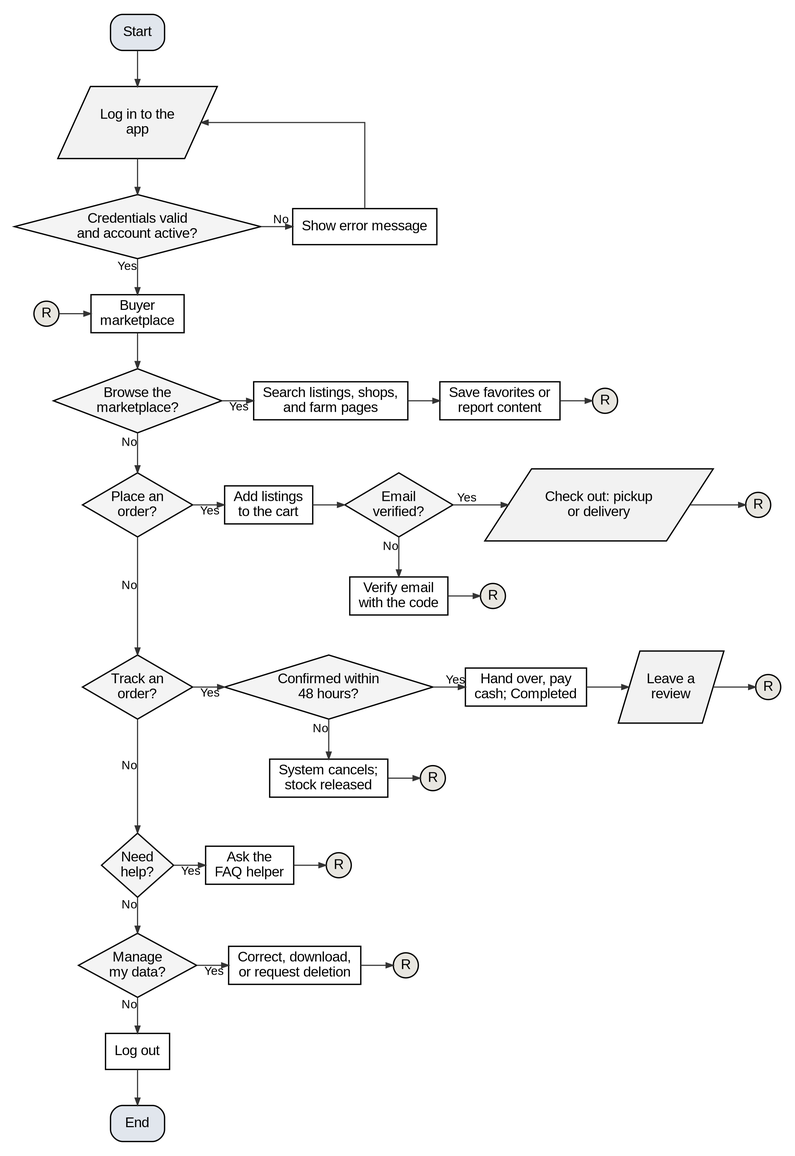
The Graphviz diagram docs/manuscript/figures/fig5e_flow_buyer.png in shawncastaneda11-commits/anihow-backend, before a commit. Its source is kept beside it as docs/manuscript/figures/src/fig5e_flow_buyer.dot.
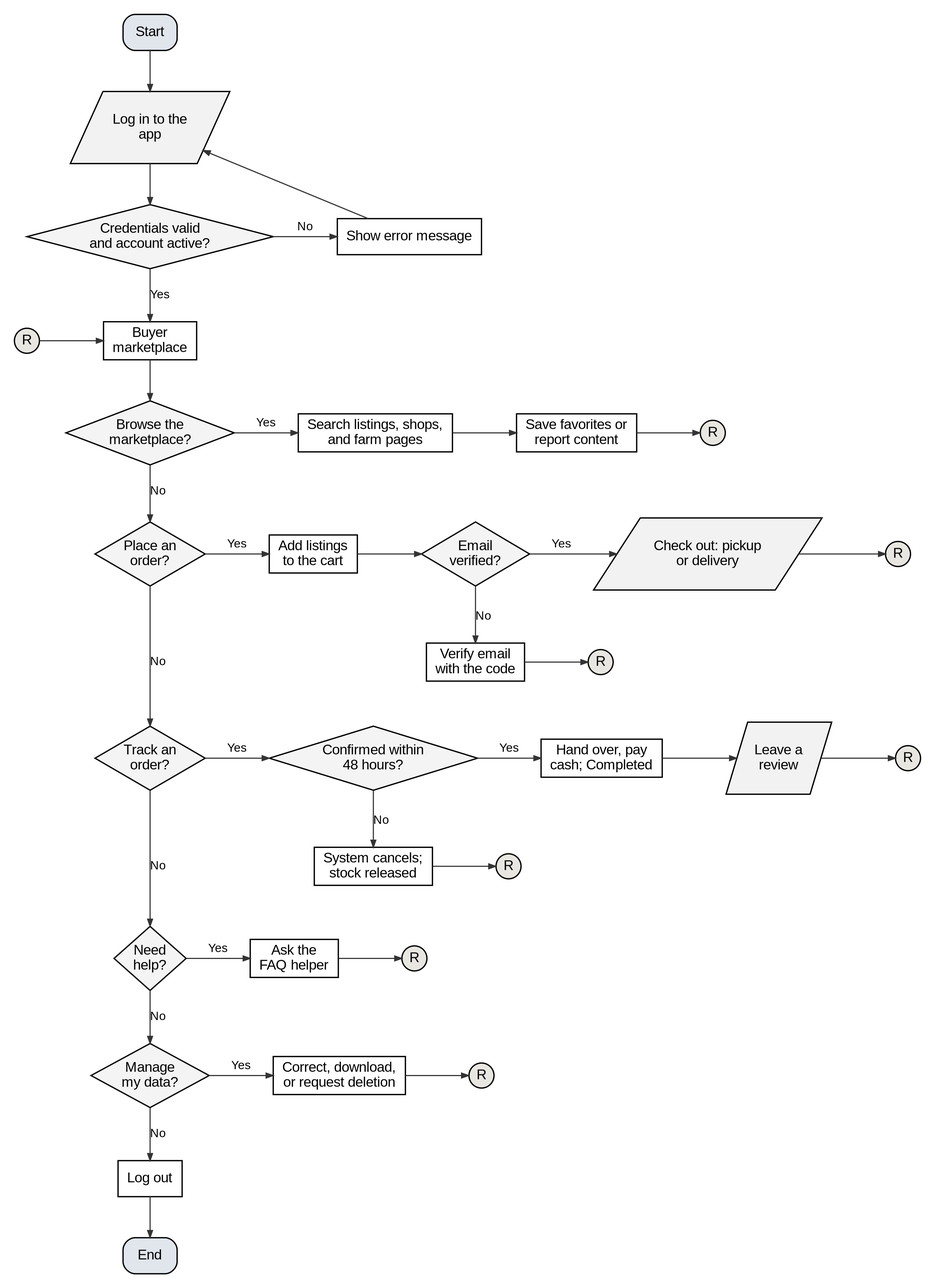
Later version of the same file.

The edit, as a diff of the source:
```diff
@@ -1,5 +1,5 @@
 digraph G {
-  graph [rankdir=TB, nodesep=0.45, ranksep=0.5, pad=0.2, fontname="Liberation Sans", newrank=true, splines=ortho];
+  graph [rankdir=TB, nodesep=0.45, ranksep=0.55, pad=0.2, fontname="Liberation Sans", newrank=true, splines=polyline];
   node  [fontname="Liberation Sans", fontsize=14, penwidth=1.3, style=filled, fillcolor="#FFFFFF", margin="0.12,0.06"];
   edge  [penwidth=1.1, arrowsize=0.7, color="#333333", fontname="Liberation Sans", fontsize=12];
   s [shape=box, style="rounded,filled", fillcolor="#E1E6ED", label="Start"];
@@ -12,68 +12,68 @@
   end [shape=box, style="rounded,filled", fillcolor="#E1E6ED", label="End"];
   s -> li;
   li -> ok;
-  ok -> err [xlabel="No"];
+  ok -> err [label="No"];
   err -> li [constraint=false];
-  ok -> home [xlabel="Yes"];
+  ok -> home [label="Yes"];
   ain -> home;
   {rank=same; ok err}
   {rank=same; home ain}
   q0 [shape=diamond, fillcolor="#F4F4F4", label="Browse the\nmarketplace?", margin="0.02,0.02"];
   home -> q0;
   s0_0 [shape=box, label="Search listings, shops,\nand farm pages"];
-  q0 -> s0_0 [xlabel="Yes"];
+  q0 -> s0_0 [label="Yes"];
   s0_1 [shape=box, label="Save favorites or\nreport content"];
   s0_0 -> s0_1;
   r0 [shape=circle, width=0.35, fixedsize=true, fillcolor="#E8E6E0", label="R"];
   s0_1 -> r0;
   {rank=same; q0; s0_0; s0_1; r0}
   q1 [shape=diamond, fillcolor="#F4F4F4", label="Place an\norder?", margin="0.02,0.02"];
-  q0 -> q1 [xlabel="No"];
+  q0 -> q1 [label="No"];
   s1_0 [shape=box, label="Add listings\nto the cart"];
-  q1 -> s1_0 [xlabel="Yes"];
+  q1 -> s1_0 [label="Yes"];
   s1_1 [shape=diamond, fillcolor="#F4F4F4", label="Email\nverified?", margin="0.02,0.02"];
   s1_0 -> s1_1;
   a1_1 [shape=box, label="Verify email\nwith the code"];
   xa1_1 [shape=circle, width=0.35, fixedsize=true, fillcolor="#E8E6E0", label="R"];
-  s1_1 -> a1_1 [xlabel="No"];
+  s1_1 -> a1_1 [label="No"];
   a1_1 -> xa1_1;
   {rank=same; a1_1; xa1_1}
   s1_2 [shape=parallelogram, fillcolor="#F2F2F2", label="Check out: pickup\nor delivery", margin="0.02,0.04"];
-  s1_1 -> s1_2 [xlabel="Yes"];
+  s1_1 -> s1_2 [label="Yes"];
   r1 [shape=circle, width=0.35, fixedsize=true, fillcolor="#E8E6E0", label="R"];
   s1_2 -> r1;
   {rank=same; q1; s1_0; s1_1; s1_2; r1}
   q2 [shape=diamond, fillcolor="#F4F4F4", label="Track an\norder?", margin="0.02,0.02"];
-  q1 -> q2 [xlabel="No", minlen=2];
+  q1 -> q2 [label="No", minlen=2];
   s2_0 [shape=diamond, fillcolor="#F4F4F4", label="Confirmed within\n48 hours?", margin="0.02,0.02"];
-  q2 -> s2_0 [xlabel="Yes"];
+  q2 -> s2_0 [label="Yes"];
   a2_0 [shape=box, label="System cancels;\nstock released"];
   xa2_0 [shape=circle, width=0.35, fixedsize=true, fillcolor="#E8E6E0", label="R"];
-  s2_0 -> a2_0 [xlabel="No"];
+  s2_0 -> a2_0 [label="No"];
   a2_0 -> xa2_0;
   {rank=same; a2_0; xa2_0}
   s2_1 [shape=box, label="Hand over, pay\ncash; Completed"];
-  s2_0 -> s2_1 [xlabel="Yes"];
+  s2_0 -> s2_1 [label="Yes"];
   s2_2 [shape=parallelogram, fillcolor="#F2F2F2", label="Leave a\nreview", margin="0.02,0.04"];
   s2_1 -> s2_2;
   r2 [shape=circle, width=0.35, fixedsize=true, fillcolor="#E8E6E0", label="R"];
   s2_2 -> r2;
   {rank=same; q2; s2_0; s2_1; s2_2; r2}
   q3 [shape=diamond, fillcolor="#F4F4F4", label="Need\nhelp?", margin="0.02,0.02"];
-  q2 -> q3 [xlabel="No", minlen=2];
+  q2 -> q3 [label="No", minlen=2];
   s3_0 [shape=box, label="Ask the\nFAQ helper"];
-  q3 -> s3_0 [xlabel="Yes"];
+  q3 -> s3_0 [label="Yes"];
   r3 [shape=circle, width=0.35, fixedsize=true, fillcolor="#E8E6E0", label="R"];
   s3_0 -> r3;
   {rank=same; q3; s3_0; r3}
   q4 [shape=diamond, fillcolor="#F4F4F4", label="Manage\nmy data?", margin="0.02,0.02"];
-  q3 -> q4 [xlabel="No"];
+  q3 -> q4 [label="No"];
   s4_0 [shape=box, label="Correct, download,\nor request deletion"];
-  q4 -> s4_0 [xlabel="Yes"];
+  q4 -> s4_0 [label="Yes"];
   r4 [shape=circle, width=0.35, fixedsize=true, fillcolor="#E8E6E0", label="R"];
   s4_0 -> r4;
   {rank=same; q4; s4_0; r4}
-  q4 -> lo [xlabel="No"];
+  q4 -> lo [label="No"];
   lo -> end;
   s [group=trunk];
   li [group=trunk];
```
